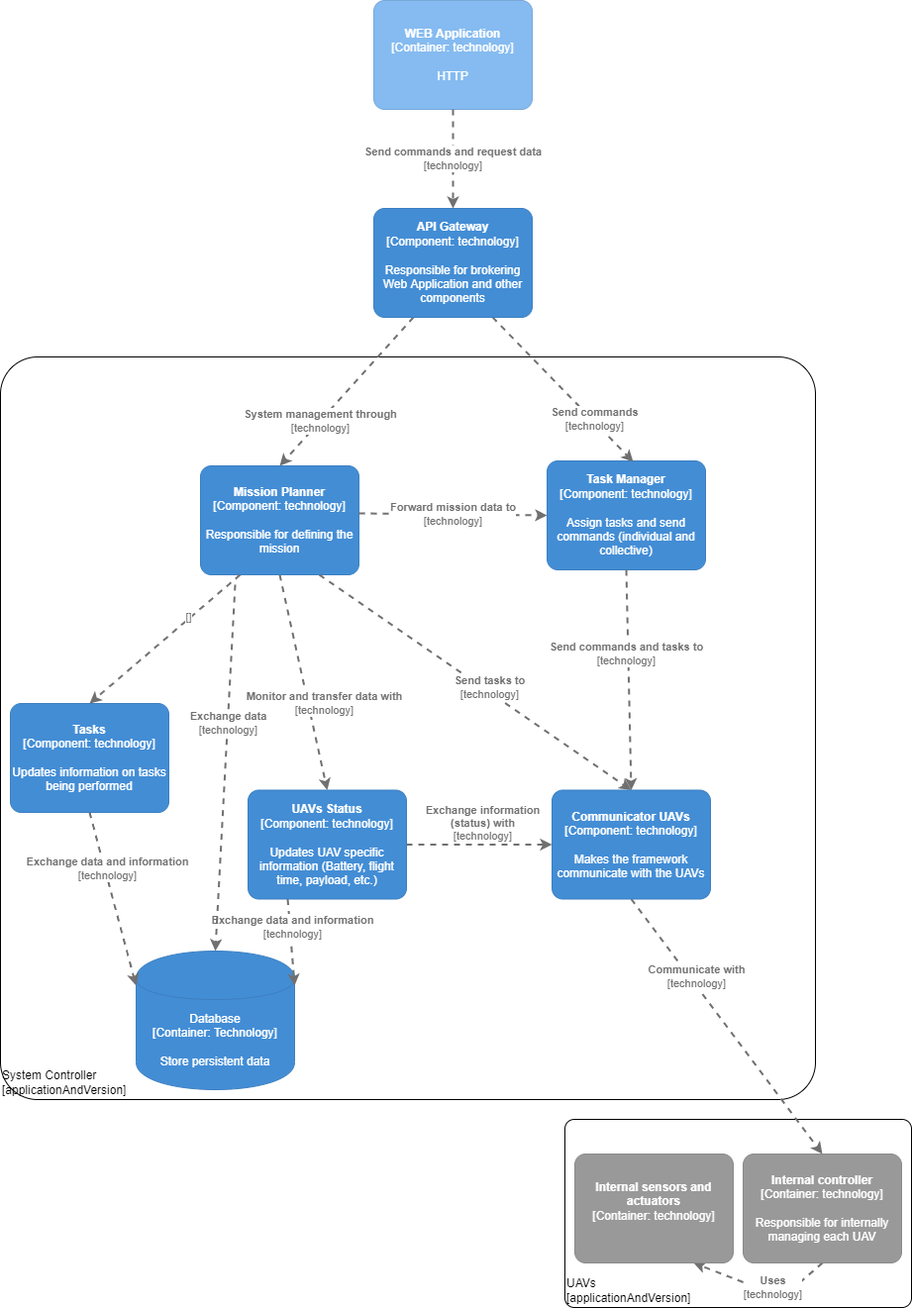
Before: UAV architecture-Componente.png, a diagram exported from draw.io (savionasc/mysterio). Source tidied: cells renumbered, new cells last; positions are measured from the earlier drawing's top-left corner, leaving out a move shared by most shapes.
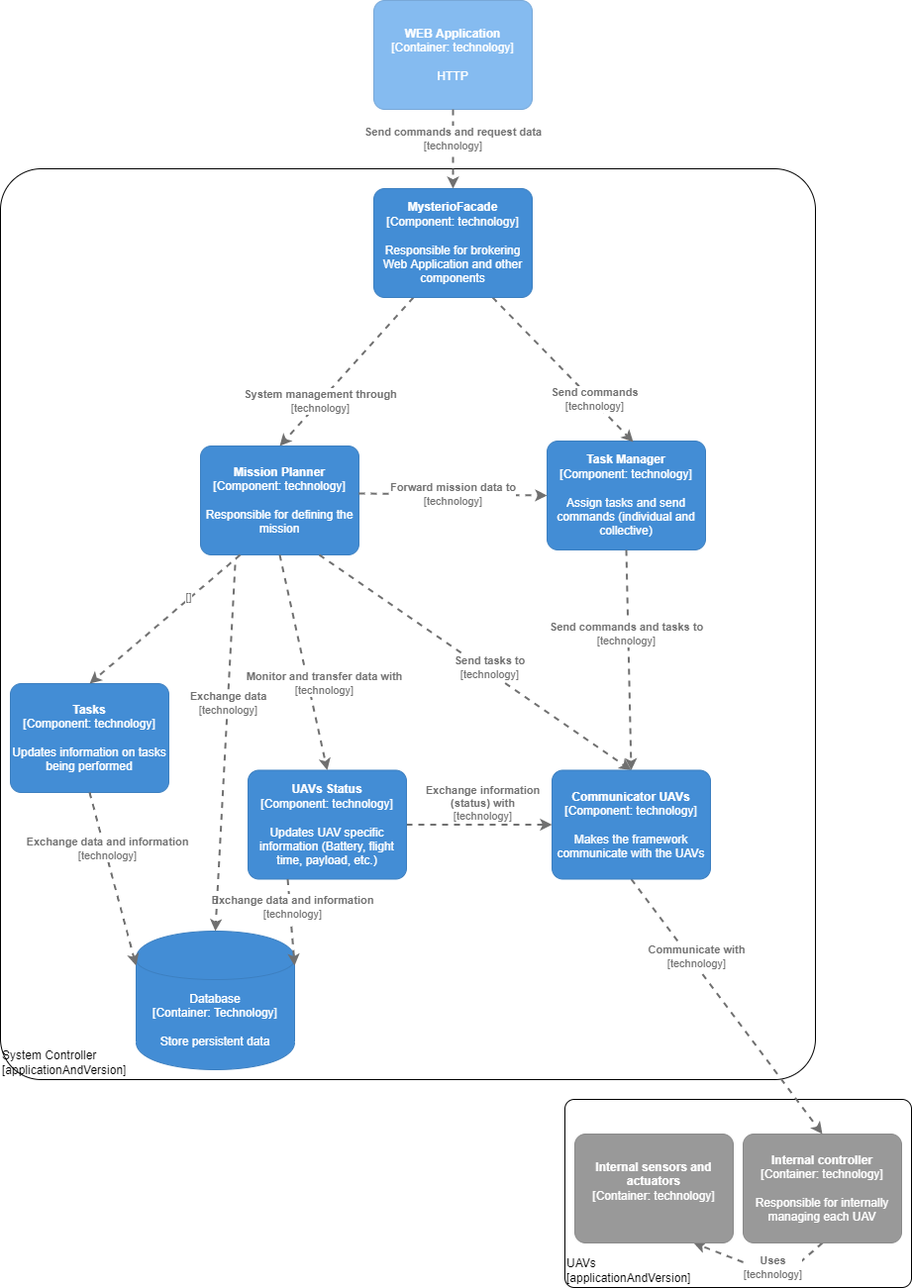
The same file after the commit.

Commit message:
Atualizando arquitetura

Change to the diagram source:
```diff
@@ -4,7 +4,7 @@
     <mxCell id="1" parent="0" />
     <object id="2" label="&lt;div style=&quot;text-align: left&quot;&gt;%c4Name%&lt;/div&gt;&lt;div style=&quot;text-align: left&quot;&gt;[%c4Application%]&lt;/div&gt;" c4Application="applicationAndVersion" c4Name="System Controller" c4Type="ExecutionEnvironment" placeholders="1">
       <mxCell style="rounded=1;whiteSpace=wrap;html=1;labelBackgroundColor=none;fillColor=#ffffff;fontColor=#000000;align=left;arcSize=5;strokeColor=#000000;verticalAlign=bottom;metaData={&quot;c4Type&quot;:{&quot;editable&quot;:false}};" parent="1" vertex="1">
-        <mxGeometry y="360" width="823" height="750" as="geometry" />
+        <mxGeometry y="190" width="823" height="920" as="geometry" />
       </mxCell>
     </object>
     <object id="3" label="&lt;div style=&quot;text-align: left&quot;&gt;%c4Name%&lt;/div&gt;&lt;div style=&quot;text-align: left&quot;&gt;[%c4Application%]&lt;/div&gt;" c4Application="applicationAndVersion" c4Name="UAVs" c4Type="ExecutionEnvironment" placeholders="1">
@@ -112,17 +112,17 @@
     </object>
     <object id="22" label="&lt;b&gt;%c4Name%&lt;/b&gt;&lt;div&gt;[%c4Type%: %c4Technology%]&lt;/div&gt;&lt;br&gt;&lt;div&gt;%c4Description%&lt;/div&gt;" c4Description="HTTP" c4Name="WEB Application" c4Technology="technology" c4Type="Container" placeholders="1">
       <mxCell style="rounded=1;whiteSpace=wrap;html=1;labelBackgroundColor=none;fillColor=#85BBF0;fontColor=#ffffff;align=center;arcSize=10;strokeColor=#78A8D8;metaData={&quot;c4Type&quot;:{&quot;editable&quot;:false}};points=[[0.25,0,0],[0.5,0,0],[0.75,0,0],[1,0.25,0],[1,0.5,0],[1,0.75,0],[0.75,1,0],[0.5,1,0],[0.25,1,0],[0,0.75,0],[0,0.5,0],[0,0.25,0]];" parent="1" vertex="1">
-        <mxGeometry x="377" width="160" height="110" as="geometry" />
+        <mxGeometry x="377" y="20" width="160" height="110" as="geometry" />
       </mxCell>
     </object>
-    <object id="23" label="&lt;b&gt;%c4Name%&lt;/b&gt;&lt;div&gt;[%c4Type%: %c4Technology%]&lt;/div&gt;&lt;br&gt;&lt;div&gt;%c4Description%&lt;/div&gt;" c4Description="Responsible for brokering Web Application and other components" c4Name="API Gateway" c4Technology="technology" c4Type="Component" placeholders="1">
+    <object id="23" label="&lt;b&gt;%c4Name%&lt;/b&gt;&lt;div&gt;[%c4Type%: %c4Technology%]&lt;/div&gt;&lt;br&gt;&lt;div&gt;%c4Description%&lt;/div&gt;" c4Description="Responsible for brokering Web Application and other components" c4Name="MysterioFacade" c4Technology="technology" c4Type="Component" placeholders="1">
       <mxCell style="rounded=1;whiteSpace=wrap;html=1;labelBackgroundColor=none;fillColor=#438DD5;fontColor=#ffffff;align=center;arcSize=10;strokeColor=#3C7FC0;metaData={&quot;c4Type&quot;:{&quot;editable&quot;:false}};points=[[0.25,0,0],[0.5,0,0],[0.75,0,0],[1,0.25,0],[1,0.5,0],[1,0.75,0],[0.75,1,0],[0.5,1,0],[0.25,1,0],[0,0.75,0],[0,0.5,0],[0,0.25,0]];" parent="1" vertex="1">
         <mxGeometry x="377" y="210" width="160" height="110" as="geometry" />
       </mxCell>
     </object>
     <object id="24" label="&lt;div style=&quot;text-align: left&quot;&gt;&lt;div style=&quot;text-align: center&quot;&gt;&lt;b&gt;%c4Description%&lt;/b&gt;&lt;/div&gt;&lt;div style=&quot;text-align: center&quot;&gt;[%c4Technology%]&lt;/div&gt;&lt;/div&gt;" c4Description="Send commands and request data" c4Technology="technology" c4Type="Relationship" placeholders="1">
       <mxCell style="edgeStyle=none;rounded=0;html=1;entryX=0.5;entryY=0;jettySize=auto;strokeColor=#707070;strokeWidth=2;fontColor=#707070;jumpStyle=none;dashed=1;metaData={&quot;c4Type&quot;:{&quot;editable&quot;:false}};exitX=0.5;exitY=1;exitDx=0;exitDy=0;exitPerimeter=0;entryDx=0;entryDy=0;entryPerimeter=0;" parent="1" edge="1" source="22" target="23">
-        <mxGeometry relative="1" as="geometry" />
+        <mxGeometry x="-0.25" relative="1" as="geometry" />
       </mxCell>
     </object>
     <object id="25" label="&lt;div style=&quot;text-align: left&quot;&gt;&lt;div style=&quot;text-align: center&quot;&gt;&lt;b&gt;%c4Description%&lt;/b&gt;&lt;/div&gt;&lt;div style=&quot;text-align: center&quot;&gt;[%c4Technology%]&lt;/div&gt;&lt;/div&gt;" c4Description="Exchange data and information" c4Technology="technology" c4Type="Relationship" placeholders="1">
```
